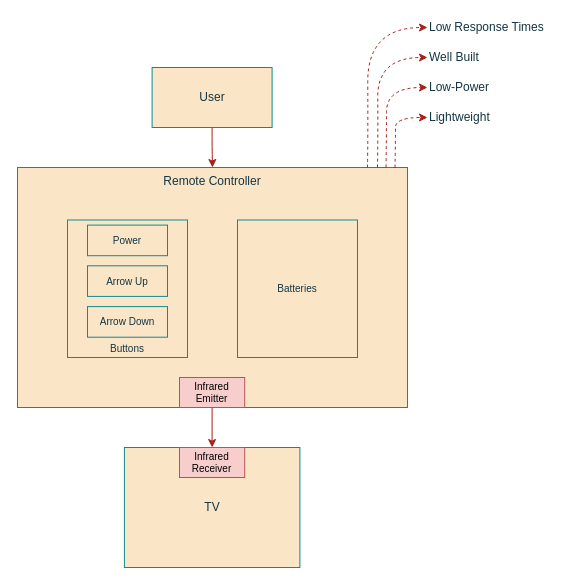
This is page "ProbStatement1" (1 of 3) of tv_remote/problem_statement.drawio from ESRGgroup9/slipad, a draw.io file, before an edit. Source tidied: cells renumbered, new cells numbered last; positions are measured from the earlier drawing's top-left corner, leaving out a move shared by most shapes. Both pictures are drawn from the tidied source at 100%, with x=0, y=0 at pixel (17, 17).
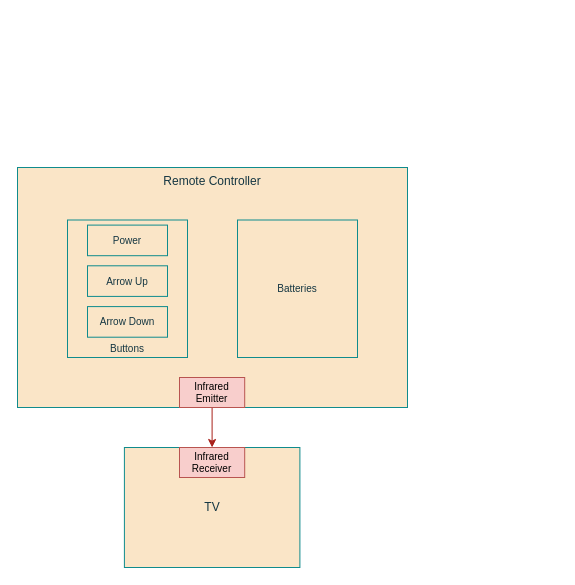
Above is the later version.

The change refers to these unchanged cells:
```xml
<mxCell id="3" value="Remote Controller" style="rounded=0;whiteSpace=wrap;html=1;verticalAlign=top;fillColor=#FAE5C7;strokeColor=#0F8B8D;fontColor=#143642;" parent="1" vertex="1">
  <mxGeometry y="150" width="390" height="240" as="geometry" />
</mxCell>
```

What changed in the source:
```diff
@@
-    <mxCell id="13" style="edgeStyle=orthogonalEdgeStyle;curved=0;rounded=1;sketch=0;jettySize=auto;html=1;exitX=0.5;exitY=1;exitDx=0;exitDy=0;entryX=0.5;entryY=0;entryDx=0;entryDy=0;fontColor=#143642;strokeColor=#A8201A;fillColor=#FAE5C7;" parent="1" edge="1" source="14" target="3">
-      <mxGeometry relative="1" as="geometry" />
-    </mxCell>
-    <mxCell id="14" value="User" style="rounded=0;whiteSpace=wrap;html=1;sketch=0;fontColor=#143642;strokeColor=#0F8B8D;fillColor=#FAE5C7;" parent="1" vertex="1">
-      <mxGeometry x="134.6" y="50" width="120" height="60" as="geometry" />
-    </mxCell>
-    <mxCell id="15" style="curved=1;endArrow=classic;html=1;rounded=1;dashed=1;sketch=0;fontColor=#143642;strokeColor=#A8201A;fillColor=#FAE5C7;exitX=0.968;exitY=0.002;exitDx=0;exitDy=0;exitPerimeter=0;" parent="1" edge="1" source="3">
-      <mxGeometry relative="1" as="geometry">
-        <mxPoint x="410" y="100" as="targetPoint" />
-        <Array as="points">
-          <mxPoint x="378" y="120" />
-          <mxPoint x="378" y="100" />
-        </Array>
-      </mxGeometry>
-    </mxCell>
-    <mxCell id="16" value="Lightweight" style="text;html=1;align=left;verticalAlign=middle;strokeColor=none;fillColor=none;fontColor=#143642;" parent="1" vertex="1">
-      <mxGeometry x="410" y="90" width="80" height="20" as="geometry" />
-    </mxCell>
-    <mxCell id="17" style="curved=1;endArrow=classic;html=1;rounded=1;dashed=1;sketch=0;fontColor=#143642;strokeColor=#A8201A;fillColor=#FAE5C7;exitX=0.968;exitY=0.002;exitDx=0;exitDy=0;exitPerimeter=0;" parent="1" edge="1">
-      <mxGeometry relative="1" as="geometry">
-        <mxPoint x="368.5" y="150" as="sourcePoint" />
-        <mxPoint x="410" y="70" as="targetPoint" />
-        <Array as="points">
-          <mxPoint x="369" y="119.5" />
-          <mxPoint x="369" y="70" />
-        </Array>
-      </mxGeometry>
-    </mxCell>
-    <mxCell id="18" value="Low-Power" style="text;html=1;align=left;verticalAlign=middle;strokeColor=none;fillColor=none;fontColor=#143642;" parent="1" vertex="1">
-      <mxGeometry x="410" y="60" width="70" height="20" as="geometry" />
-    </mxCell>
-    <mxCell id="19" value="Well Built" style="text;html=1;align=left;verticalAlign=middle;strokeColor=none;fillColor=none;fontColor=#143642;" parent="1" vertex="1">
-      <mxGeometry x="410" y="30" width="70" height="20" as="geometry" />
-    </mxCell>
-    <mxCell id="20" style="curved=1;endArrow=classic;html=1;rounded=1;dashed=1;sketch=0;fontColor=#143642;strokeColor=#A8201A;fillColor=#FAE5C7;exitX=0.968;exitY=0.002;exitDx=0;exitDy=0;exitPerimeter=0;" parent="1" edge="1">
-      <mxGeometry relative="1" as="geometry">
-        <mxPoint x="360" y="150" as="sourcePoint" />
-        <mxPoint x="410" y="40" as="targetPoint" />
-        <Array as="points">
-          <mxPoint x="360.5" y="119.5" />
-          <mxPoint x="360" y="40" />
-        </Array>
-      </mxGeometry>
-    </mxCell>
-    <mxCell id="21" style="curved=1;endArrow=classic;html=1;rounded=1;dashed=1;sketch=0;fontColor=#143642;strokeColor=#A8201A;fillColor=#FAE5C7;exitX=0.968;exitY=0.002;exitDx=0;exitDy=0;exitPerimeter=0;" parent="1" edge="1">
-      <mxGeometry relative="1" as="geometry">
-        <mxPoint x="350" y="150" as="sourcePoint" />
-        <mxPoint x="410" y="10" as="targetPoint" />
-        <Array as="points">
-          <mxPoint x="350.5" y="119.5" />
-          <mxPoint x="350" y="10" />
-        </Array>
-      </mxGeometry>
-    </mxCell>
-    <mxCell id="22" value="Low Response Times" style="text;html=1;align=left;verticalAlign=middle;strokeColor=none;fillColor=none;fontColor=#143642;" parent="1" vertex="1">
-      <mxGeometry x="410" width="130" height="20" as="geometry" />
-    </mxCell>
```
